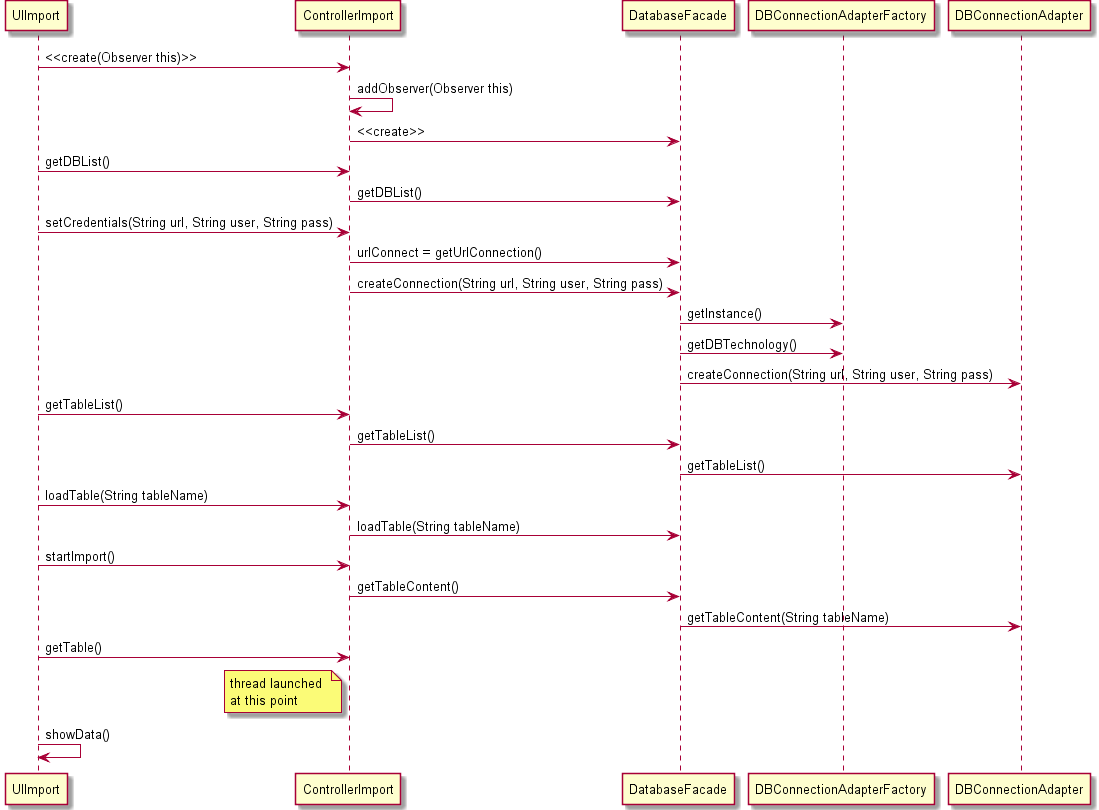
askpt/LAPR4 keeps this PlantUML diagram as src/csheets/ext/database/docs/use_case_realization_DBimport.png. Above is the earlier version.
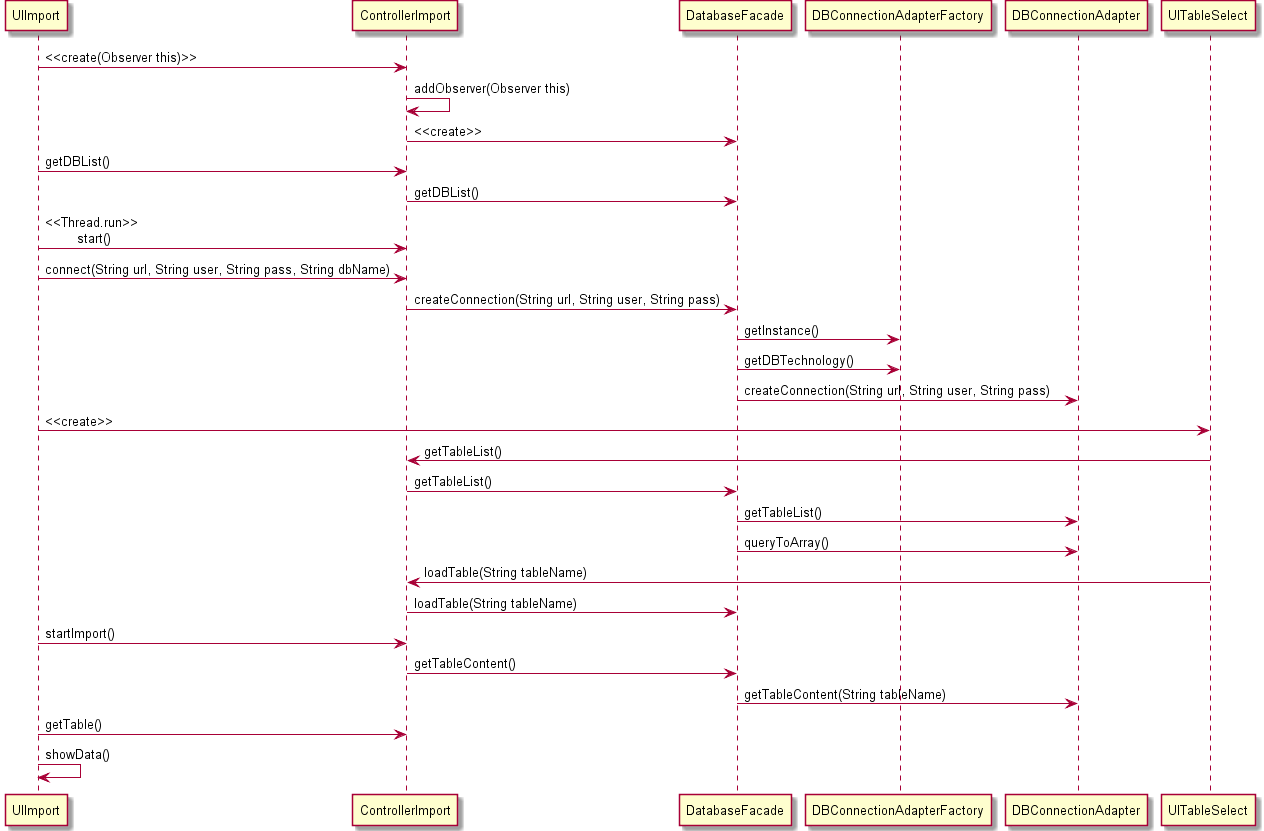
After the commit.

Commit message:
1111168: updatede sd for import from database ref #9

Diff of the diagram source:
```diff
@@ -1,27 +1,27 @@
 @startuml
 UIImport -> ControllerImport:  <<create(Observer this)>>
-ControllerImport -> ControllerImport: addObserver(Observer this)
-ControllerImport -> DatabaseFacade: <<create>>
-UIImport -> ControllerImport: getDBList()
-ControllerImport -> DatabaseFacade: getDBList()
-UIImport -> ControllerImport: setCredentials(String url, String user, String pass)
-ControllerImport -> DatabaseFacade: urlConnect = getUrlConnection()
-ControllerImport -> DatabaseFacade: createConnection(String url, String user, String pass)
-DatabaseFacade -> DBConnectionAdapterFactory: getInstance()
-DatabaseFacade -> DBConnectionAdapterFactory: getDBTechnology()
-DatabaseFacade -> DBConnectionAdapter: createConnection(String url, String user, String pass)
-UIImport -> ControllerImport: getTableList()
-ControllerImport -> DatabaseFacade: getTableList()
-DatabaseFacade -> DBConnectionAdapter: getTableList()
-UIImport -> ControllerImport: loadTable(String tableName)
-ControllerImport -> DatabaseFacade: loadTable(String tableName)
-UIImport -> ControllerImport: startImport()
-ControllerImport -> DatabaseFacade: getTableContent()
-DatabaseFacade -> DBConnectionAdapter: getTableContent(String tableName)
-UIImport -> ControllerImport: getTable()
-note left of ControllerImport
- thread launched
- at this point
-end note
-UIImport -> UIImport: showData()
+ ControllerImport -> ControllerImport: addObserver(Observer this)
+ ControllerImport -> DatabaseFacade: <<create>>
+ UIImport -> ControllerImport: getDBList()
+ ControllerImport -> DatabaseFacade: getDBList()
+ UIImport -> ControllerImport: <<Thread.run>>\n\tstart()
+ UIImport -> ControllerImport: connect(String url, String user, String pass, String dbName)
+ ControllerImport -> DatabaseFacade: createConnection(String url, String user, String pass)
+ DatabaseFacade -> DBConnectionAdapterFactory: getInstance()
+ DatabaseFacade -> DBConnectionAdapterFactory: getDBTechnology()
+ DatabaseFacade -> DBConnectionAdapter: createConnection(String url, String user, String pass)
+ UIImport -> UITableSelect: <<create>>
+ UITableSelect -> ControllerImport: getTableList()
+ ControllerImport -> DatabaseFacade: getTableList()
+ DatabaseFacade -> DBConnectionAdapter: getTableList()
+ DatabaseFacade -> DBConnectionAdapter: queryToArray()
+
+ UITableSelect -> ControllerImport: loadTable(String tableName)
+ ControllerImport -> DatabaseFacade: loadTable(String tableName)
+ UIImport -> ControllerImport: startImport()
+ ControllerImport -> DatabaseFacade: getTableContent()
+ DatabaseFacade -> DBConnectionAdapter: getTableContent(String tableName)
+ UIImport -> ControllerImport: getTable()
+
+ UIImport -> UIImport: showData()
 @enduml
```
